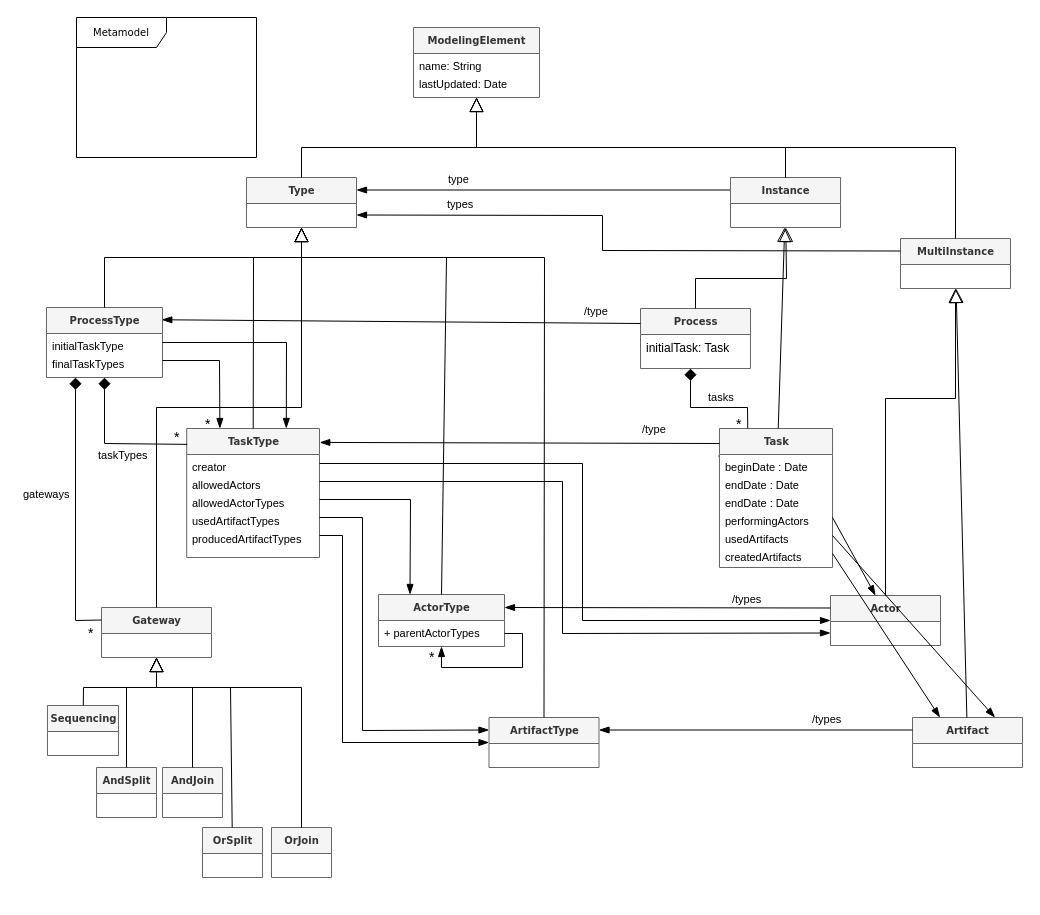
This is Figures/Metamodel.drawio from labsticc-p4s/multi-process-challenge, a draw.io file, before an edit. Source tidied: cells renumbered, new cells numbered last; positions are measured from the earlier drawing's top-left corner, leaving out a move shared by most shapes. Both pictures are drawn from the tidied source at 100%, with x=0, y=0 at pixel (17, 17).
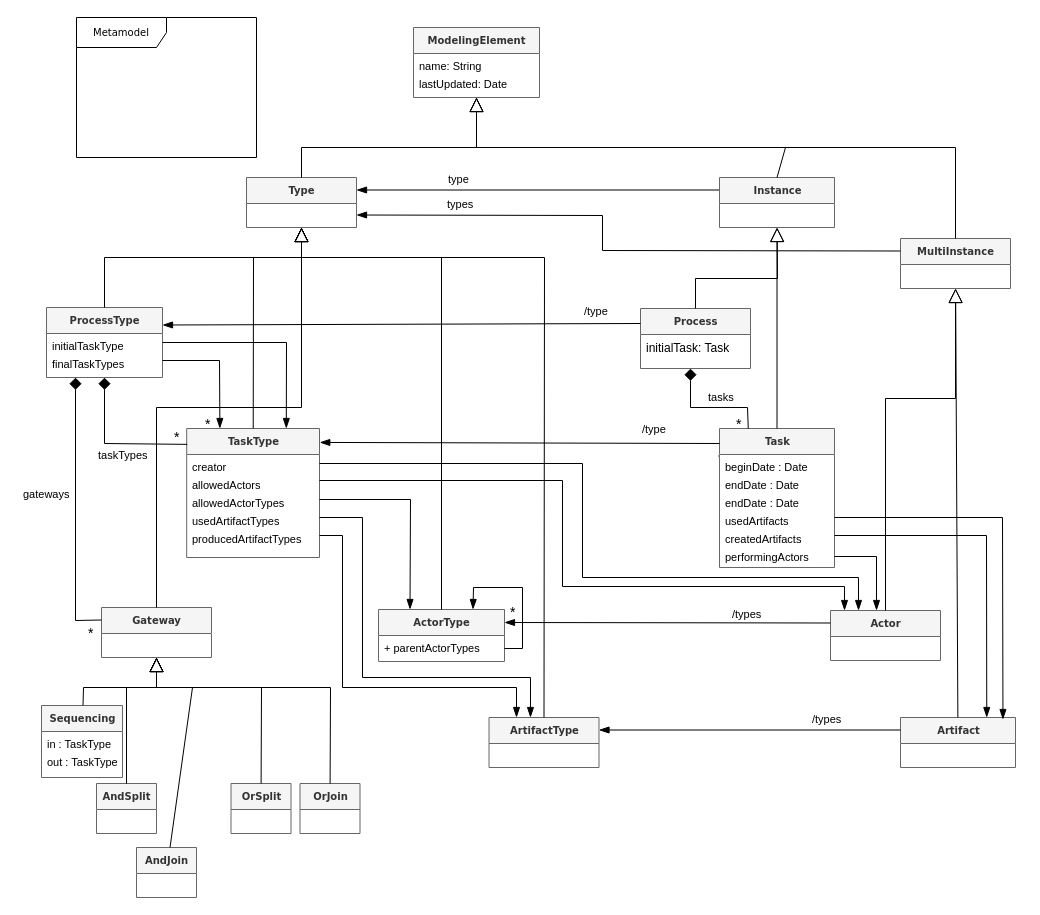
The same diagram, later.

Unchanged cells that the change refers to:
```xml
<mxCell id="11" value="&lt;b&gt;Type&lt;/b&gt;" style="swimlane;html=1;fontStyle=0;horizontal=1;startSize=26;fillColor=#f5f5f5;swimlaneFillColor=#ffffff;rounded=0;shadow=0;comic=0;labelBackgroundColor=none;strokeWidth=1;fontFamily=Verdana;fontSize=10;align=center;strokeColor=#666666;fontColor=#333333;" parent="1" vertex="1">
  <mxGeometry x="229" y="160" width="110" height="50" as="geometry" />
</mxCell>
<mxCell id="21" value="&lt;b&gt;ProcessType&lt;/b&gt;" style="swimlane;html=1;fontStyle=0;horizontal=1;startSize=26;fillColor=#f5f5f5;swimlaneFillColor=#ffffff;rounded=0;shadow=0;comic=0;labelBackgroundColor=none;strokeWidth=1;fontFamily=Verdana;fontSize=10;align=center;strokeColor=#666666;fontColor=#333333;" parent="1" vertex="1">
  <mxGeometry x="29" y="290" width="116" height="70" as="geometry" />
</mxCell>
<mxCell id="26" value="creator" style="text;html=1;strokeColor=none;fillColor=none;align=left;verticalAlign=top;spacingLeft=4;spacingRight=4;whiteSpace=wrap;overflow=hidden;points=[[0,0.5],[1,0.5]];portConstraint=eastwest;fontSize=11;" parent="25" vertex="1">
  <mxGeometry y="26" width="132.8" height="18" as="geometry" />
</mxCell>
<mxCell id="27" value="allowedActors" style="text;html=1;strokeColor=none;fillColor=none;align=left;verticalAlign=top;spacingLeft=4;spacingRight=4;whiteSpace=wrap;overflow=hidden;points=[[0,0.5],[1,0.5]];portConstraint=eastwest;fontSize=11;" parent="25" vertex="1">
  <mxGeometry y="44" width="132.8" height="18" as="geometry" />
</mxCell>
<mxCell id="29" value="usedArtifactTypes" style="text;html=1;strokeColor=none;fillColor=none;align=left;verticalAlign=top;spacingLeft=4;spacingRight=4;whiteSpace=wrap;overflow=hidden;points=[[0,0.5],[1,0.5]];portConstraint=eastwest;fontSize=11;" parent="25" vertex="1">
  <mxGeometry y="80" width="132.8" height="18" as="geometry" />
</mxCell>
<mxCell id="30" value="producedArtifactTypes" style="text;html=1;strokeColor=none;fillColor=none;align=left;verticalAlign=top;spacingLeft=4;spacingRight=4;whiteSpace=wrap;overflow=hidden;points=[[0,0.5],[1,0.5]];portConstraint=eastwest;fontSize=11;" parent="25" vertex="1">
  <mxGeometry y="98" width="132.8" height="18" as="geometry" />
</mxCell>
<mxCell id="32" value="&lt;b&gt;Gateway&lt;/b&gt;" style="swimlane;html=1;fontStyle=0;horizontal=1;startSize=26;fillColor=#f5f5f5;swimlaneFillColor=#ffffff;rounded=0;shadow=0;comic=0;labelBackgroundColor=none;strokeWidth=1;fontFamily=Verdana;fontSize=10;align=center;strokeColor=#666666;fontColor=#333333;" parent="1" vertex="1">
  <mxGeometry x="84" y="590" width="110" height="50" as="geometry" />
</mxCell>
<mxCell id="37" value="&lt;div&gt;&lt;b&gt;ArtifactType&lt;/b&gt;&lt;/div&gt;" style="swimlane;html=1;fontStyle=0;horizontal=1;startSize=26;fillColor=#f5f5f5;swimlaneFillColor=#ffffff;rounded=0;shadow=0;comic=0;labelBackgroundColor=none;strokeWidth=1;fontFamily=Verdana;fontSize=10;align=center;strokeColor=#666666;fontColor=#333333;" parent="1" vertex="1">
  <mxGeometry x="471.5" y="700" width="110" height="50" as="geometry" />
</mxCell>
<mxCell id="43" value="&lt;b&gt;Process&lt;/b&gt;" style="swimlane;html=1;fontStyle=0;horizontal=1;startSize=26;fillColor=#f5f5f5;swimlaneFillColor=#ffffff;rounded=0;shadow=0;comic=0;labelBackgroundColor=none;strokeWidth=1;fontFamily=Verdana;fontSize=10;align=center;strokeColor=#666666;fontColor=#333333;" parent="1" vertex="1">
  <mxGeometry x="623" y="291" width="110" height="60" as="geometry" />
</mxCell>
```

Diff of the diagram source:
```diff
@@
     <mxCell id="5" value="&lt;font style=&quot;font-size: 14px&quot;&gt;*&lt;/font&gt;" style="edgeLabel;html=1;align=left;verticalAlign=bottom;" parent="1" vertex="1">
-      <mxGeometry x="406" y="665" width="126" as="geometry">
+      <mxGeometry x="487" y="620" width="126" as="geometry">
         <mxPoint x="4" y="-15" as="offset" />
       </mxGeometry>
     </mxCell>
@@
     <mxCell id="13" value="&lt;b&gt;Instance&lt;/b&gt;" style="swimlane;html=1;fontStyle=0;horizontal=1;startSize=26;fillColor=#f5f5f5;swimlaneFillColor=#ffffff;rounded=0;shadow=0;comic=0;labelBackgroundColor=none;strokeWidth=1;fontFamily=Verdana;fontSize=10;align=center;strokeColor=#666666;fontColor=#333333;" parent="1" vertex="1">
-      <mxGeometry x="713" y="160" width="110" height="50" as="geometry" />
+      <mxGeometry x="702" y="160" width="115" height="50" as="geometry" />
     </mxCell>
@@
     <mxCell id="35" value="&lt;b&gt;ActorType&lt;/b&gt;" style="swimlane;html=1;fontStyle=0;horizontal=1;startSize=26;fillColor=#f5f5f5;swimlaneFillColor=#ffffff;rounded=0;shadow=0;comic=0;labelBackgroundColor=none;strokeWidth=1;fontFamily=Verdana;fontSize=10;align=center;strokeColor=#666666;fontColor=#333333;" parent="1" vertex="1">
-      <mxGeometry x="361" y="577" width="126" height="52" as="geometry" />
+      <mxGeometry x="361" y="592" width="126" height="52" as="geometry" />
     </mxCell>
@@
     <mxCell id="38" style="endArrow=block;endSize=12;endFill=0;html=1;rounded=0;exitX=0.5;exitY=0;exitDx=0;exitDy=0;" parent="1" edge="1" source="35" target="11">
       <mxGeometry relative="1" as="geometry">
         <Array as="points">
-          <mxPoint x="429" y="240" />
+          <mxPoint x="424" y="240" />
           <mxPoint x="284" y="240" />
         </Array>
       </mxGeometry>
     </mxCell>
@@
-    <mxCell id="45" style="edgeStyle=none;rounded=0;jettySize=auto;html=1;exitX=0;exitY=0.25;exitDx=0;exitDy=0;entryX=0.994;entryY=0.175;entryDx=0;entryDy=0;endArrow=blockThin;endFill=1;endSize=8;entryPerimeter=0;" parent="1" edge="1" source="43" target="21">
+    <mxCell id="45" style="edgeStyle=none;rounded=0;jettySize=auto;html=1;endArrow=blockThin;endFill=1;endSize=8;exitX=0;exitY=0.25;exitDx=0;exitDy=0;entryX=1;entryY=0.25;entryDx=0;entryDy=0;" parent="1" edge="1" source="43" target="21">
       <mxGeometry relative="1" as="geometry" />
     </mxCell>
@@
     <mxCell id="47" value="&lt;b&gt;Task&lt;/b&gt;" style="swimlane;html=1;fontStyle=0;horizontal=1;startSize=26;fillColor=#f5f5f5;swimlaneFillColor=#ffffff;rounded=0;shadow=0;comic=0;labelBackgroundColor=none;strokeWidth=1;fontFamily=Verdana;fontSize=10;align=center;strokeColor=#666666;fontColor=#333333;" parent="1" vertex="1">
-      <mxGeometry x="702" y="411" width="113" height="139" as="geometry" />
+      <mxGeometry x="702" y="411" width="115" height="139" as="geometry" />
     </mxCell>
     <mxCell id="48" value="beginDate : Date" style="text;html=1;strokeColor=none;fillColor=none;align=left;verticalAlign=top;spacingLeft=4;spacingRight=4;whiteSpace=wrap;overflow=hidden;fontSize=11;" parent="47" vertex="1">
-      <mxGeometry y="26" width="113" height="18" as="geometry" />
+      <mxGeometry y="26" width="115" height="18" as="geometry" />
     </mxCell>
     <mxCell id="49" value="endDate : Date" style="text;html=1;strokeColor=none;fillColor=none;align=left;verticalAlign=top;spacingLeft=4;spacingRight=4;whiteSpace=wrap;overflow=hidden;fontSize=11;" parent="47" vertex="1">
-      <mxGeometry y="44" width="113" height="18" as="geometry" />
+      <mxGeometry y="44" width="115" height="18" as="geometry" />
     </mxCell>
     <mxCell id="50" value="endDate : Date" style="text;html=1;strokeColor=none;fillColor=none;align=left;verticalAlign=top;spacingLeft=4;spacingRight=4;whiteSpace=wrap;overflow=hidden;fontSize=11;" parent="47" vertex="1">
-      <mxGeometry y="62" width="113" height="18" as="geometry" />
+      <mxGeometry y="62" width="115" height="18" as="geometry" />
     </mxCell>
-    <mxCell id="51" value="performingActors" style="text;html=1;strokeColor=none;fillColor=none;align=left;verticalAlign=top;spacingLeft=4;spacingRight=4;whiteSpace=wrap;overflow=hidden;points=[[0,0.5],[1,0.5]];portConstraint=eastwest;fontSize=11;" parent="47" vertex="1">
-      <mxGeometry y="80" width="113" height="18" as="geometry" />
-    </mxCell>
     <mxCell id="52" value="usedArtifacts" style="text;html=1;strokeColor=none;fillColor=none;align=left;verticalAlign=top;spacingLeft=4;spacingRight=4;whiteSpace=wrap;overflow=hidden;points=[[0,0.5],[1,0.5]];portConstraint=eastwest;fontSize=11;" parent="47" vertex="1">
-      <mxGeometry y="98" width="113" height="18" as="geometry" />
+      <mxGeometry y="80" width="115" height="18" as="geometry" />
     </mxCell>
     <mxCell id="53" value="createdArtifacts" style="text;html=1;strokeColor=none;fillColor=none;align=left;verticalAlign=top;spacingLeft=4;spacingRight=4;whiteSpace=wrap;overflow=hidden;points=[[0,0.5],[1,0.5]];portConstraint=eastwest;fontSize=11;" parent="47" vertex="1">
-      <mxGeometry y="116" width="113" height="18" as="geometry" />
+      <mxGeometry y="98" width="115" height="18" as="geometry" />
     </mxCell>
+    <mxCell id="51" value="performingActors" style="text;html=1;strokeColor=none;fillColor=none;align=left;verticalAlign=top;spacingLeft=4;spacingRight=4;whiteSpace=wrap;overflow=hidden;points=[[0,0.5],[1,0.5]];portConstraint=eastwest;fontSize=11;" parent="47" vertex="1">
+      <mxGeometry y="116" width="115" height="18" as="geometry" />
+    </mxCell>
@@
     <mxCell id="58" value="&lt;b&gt;Actor&lt;/b&gt;" style="swimlane;html=1;fontStyle=0;horizontal=1;startSize=26;fillColor=#f5f5f5;swimlaneFillColor=#ffffff;rounded=0;shadow=0;comic=0;labelBackgroundColor=none;strokeWidth=1;fontFamily=Verdana;fontSize=10;align=center;strokeColor=#666666;fontColor=#333333;" parent="1" vertex="1">
-      <mxGeometry x="813" y="578" width="110" height="50" as="geometry" />
+      <mxGeometry x="813" y="593" width="110" height="50" as="geometry" />
     </mxCell>
@@
     <mxCell id="60" value="/types" style="edgeLabel;html=1;align=left;verticalAlign=bottom;" parent="1" vertex="1">
-      <mxGeometry x="713" y="590" as="geometry" />
+      <mxGeometry x="713" y="605" as="geometry" />
     </mxCell>
     <mxCell id="61" value="&lt;b&gt;Artifact&lt;/b&gt;" style="swimlane;html=1;fontStyle=0;horizontal=1;startSize=26;fillColor=#f5f5f5;swimlaneFillColor=#ffffff;rounded=0;shadow=0;comic=0;labelBackgroundColor=none;strokeWidth=1;fontFamily=Verdana;fontSize=10;align=center;strokeColor=#666666;fontColor=#333333;" parent="1" vertex="1">
-      <mxGeometry x="895" y="700" width="110" height="50" as="geometry" />
+      <mxGeometry x="883" y="700" width="115" height="50" as="geometry" />
     </mxCell>
@@
     <mxCell id="64" style="endArrow=block;endSize=12;endFill=0;html=1;rounded=0;exitX=0.5;exitY=0;exitDx=0;exitDy=0;" parent="1" edge="1" source="43" target="13">
       <mxGeometry relative="1" as="geometry">
         <Array as="points">
           <mxPoint x="678" y="261" />
-          <mxPoint x="769" y="261" />
+          <mxPoint x="760" y="261" />
         </Array>
       </mxGeometry>
     </mxCell>
@@
     <mxCell id="68" value="&lt;b&gt;Sequencing&lt;/b&gt;" style="swimlane;html=1;fontStyle=0;horizontal=1;startSize=26;fillColor=#f5f5f5;swimlaneFillColor=#ffffff;rounded=0;shadow=0;comic=0;labelBackgroundColor=none;strokeWidth=1;fontFamily=Verdana;fontSize=10;align=center;strokeColor=#666666;fontColor=#333333;" parent="1" vertex="1">
-      <mxGeometry x="30" y="688" width="71" height="50" as="geometry" />
+      <mxGeometry x="24" y="688" width="81" height="72" as="geometry" />
     </mxCell>
+    <mxCell id="90" value="in : TaskType" style="text;html=1;strokeColor=none;fillColor=none;align=left;verticalAlign=top;spacingLeft=4;spacingRight=4;whiteSpace=wrap;overflow=hidden;fontSize=11;" parent="68" vertex="1">
+      <mxGeometry y="26" width="81" height="18" as="geometry" />
+    </mxCell>
+    <mxCell id="91" value="out : TaskType" style="text;html=1;strokeColor=none;fillColor=none;align=left;verticalAlign=top;spacingLeft=4;spacingRight=4;whiteSpace=wrap;overflow=hidden;fontSize=11;" parent="68" vertex="1">
+      <mxGeometry y="44" width="81" height="18" as="geometry" />
+    </mxCell>
     <mxCell id="69" value="&lt;b&gt;AndSplit&lt;/b&gt;" style="swimlane;html=1;fontStyle=0;horizontal=1;startSize=26;fillColor=#f5f5f5;swimlaneFillColor=#ffffff;rounded=0;shadow=0;comic=0;labelBackgroundColor=none;strokeWidth=1;fontFamily=Verdana;fontSize=10;align=center;strokeColor=#666666;fontColor=#333333;" parent="1" vertex="1">
-      <mxGeometry x="79" y="750" width="60" height="50" as="geometry" />
+      <mxGeometry x="79" y="766" width="60" height="50" as="geometry" />
     </mxCell>
     <mxCell id="70" value="&lt;b&gt;OrSplit&lt;/b&gt;" style="swimlane;html=1;fontStyle=0;horizontal=1;startSize=26;fillColor=#f5f5f5;swimlaneFillColor=#ffffff;rounded=0;shadow=0;comic=0;labelBackgroundColor=none;strokeWidth=1;fontFamily=Verdana;fontSize=10;align=center;strokeColor=#666666;fontColor=#333333;" parent="1" vertex="1">
-      <mxGeometry x="185" y="810" width="60" height="50" as="geometry" />
+      <mxGeometry x="213.5" y="766" width="60" height="50" as="geometry" />
     </mxCell>
     <mxCell id="71" value="&lt;b&gt;AndJoin&lt;/b&gt;" style="swimlane;html=1;fontStyle=0;horizontal=1;startSize=26;fillColor=#f5f5f5;swimlaneFillColor=#ffffff;rounded=0;shadow=0;comic=0;labelBackgroundColor=none;strokeWidth=1;fontFamily=Verdana;fontSize=10;align=center;strokeColor=#666666;fontColor=#333333;" parent="1" vertex="1">
-      <mxGeometry x="145" y="750" width="60" height="50" as="geometry" />
+      <mxGeometry x="119" y="830" width="60" height="50" as="geometry" />
     </mxCell>
     <mxCell id="72" value="&lt;b&gt;OrJoin&lt;/b&gt;" style="swimlane;html=1;fontStyle=0;horizontal=1;startSize=26;fillColor=#f5f5f5;swimlaneFillColor=#ffffff;rounded=0;shadow=0;comic=0;labelBackgroundColor=none;strokeWidth=1;fontFamily=Verdana;fontSize=10;align=center;strokeColor=#666666;fontColor=#333333;" parent="1" vertex="1">
-      <mxGeometry x="254" y="810" width="60" height="50" as="geometry" />
+      <mxGeometry x="282.5" y="766" width="60" height="50" as="geometry" />
     </mxCell>
@@
     <mxCell id="75" style="endArrow=block;endSize=12;endFill=0;html=1;rounded=0;" parent="1" edge="1" source="70" target="32">
       <mxGeometry relative="1" as="geometry">
         <Array as="points">
-          <mxPoint x="213" y="670" />
+          <mxPoint x="244" y="670" />
           <mxPoint x="139" y="670" />
         </Array>
       </mxGeometry>
     </mxCell>
@@
     <mxCell id="77" style="endArrow=block;endSize=12;endFill=0;html=1;rounded=0;" parent="1" edge="1" source="72" target="32">
       <mxGeometry relative="1" as="geometry">
         <Array as="points">
-          <mxPoint x="284" y="670" />
+          <mxPoint x="313" y="670" />
           <mxPoint x="139" y="670" />
         </Array>
       </mxGeometry>
     </mxCell>
-    <mxCell id="78" style="edgeStyle=none;rounded=0;jettySize=auto;html=1;exitX=1;exitY=0.5;exitDx=0;exitDy=0;endArrow=blockThin;endFill=1;endSize=8;entryX=0;entryY=0.5;entryDx=0;entryDy=0;" parent="1" edge="1" source="26" target="58">
+    <mxCell id="78" style="edgeStyle=none;rounded=0;jettySize=auto;html=1;exitX=1;exitY=0.5;exitDx=0;exitDy=0;endArrow=blockThin;endFill=1;endSize=8;" parent="1" edge="1" source="26">
       <mxGeometry relative="1" as="geometry">
+        <mxPoint x="841" y="593" as="targetPoint" />
         <Array as="points">
           <mxPoint x="565" y="446" />
-          <mxPoint x="565" y="603" />
+          <mxPoint x="565" y="560" />
+          <mxPoint x="841" y="560" />
         </Array>
       </mxGeometry>
     </mxCell>
@@
-    <mxCell id="83" style="edgeStyle=none;rounded=0;jettySize=auto;html=1;exitX=1;exitY=0.5;exitDx=0;exitDy=0;endArrow=blockThin;endFill=1;endSize=8;entryX=0;entryY=0.75;entryDx=0;entryDy=0;" parent="1" edge="1" source="27" target="58">
+    <mxCell id="83" style="edgeStyle=none;rounded=0;orthogonalLoop=1;jettySize=auto;html=1;exitX=1;exitY=0.5;exitDx=0;exitDy=0;endArrow=blockThin;endFill=1;endSize=8;entryX=0.127;entryY=0.02;entryDx=0;entryDy=0;entryPerimeter=0;" parent="1" edge="1">
       <mxGeometry relative="1" as="geometry">
+        <mxPoint x="302" y="463" as="sourcePoint" />
+        <mxPoint x="827" y="593" as="targetPoint" />
         <Array as="points">
-          <mxPoint x="545" y="464" />
-          <mxPoint x="545" y="616" />
+          <mxPoint x="545" y="463" />
+          <mxPoint x="545" y="569" />
+          <mxPoint x="827" y="569" />
         </Array>
       </mxGeometry>
     </mxCell>
-    <mxCell id="84" style="edgeStyle=none;rounded=0;jettySize=auto;html=1;exitX=1;exitY=0.5;exitDx=0;exitDy=0;endArrow=blockThin;endFill=1;endSize=8;entryX=0;entryY=0.5;entryDx=0;entryDy=0;" parent="1" edge="1" source="30" target="37">
+    <mxCell id="84" style="edgeStyle=none;rounded=0;jettySize=auto;html=1;exitX=1;exitY=0.5;exitDx=0;exitDy=0;endArrow=blockThin;endFill=1;endSize=8;entryX=0.25;entryY=0;entryDx=0;entryDy=0;" parent="1" edge="1" source="30" target="37">
       <mxGeometry relative="1" as="geometry">
         <Array as="points">
           <mxPoint x="325" y="518" />
-          <mxPoint x="325" y="725" />
+          <mxPoint x="325" y="670" />
+          <mxPoint x="499" y="670" />
         </Array>
       </mxGeometry>
     </mxCell>
-    <mxCell id="85" style="edgeStyle=none;rounded=0;jettySize=auto;html=1;exitX=1;exitY=0.5;exitDx=0;exitDy=0;endArrow=blockThin;endFill=1;endSize=8;entryX=0;entryY=0.25;entryDx=0;entryDy=0;" parent="1" edge="1" source="29" target="37">
+    <mxCell id="85" style="edgeStyle=none;rounded=0;jettySize=auto;html=1;exitX=1;exitY=0.5;exitDx=0;exitDy=0;endArrow=blockThin;endFill=1;endSize=8;entryX=0.377;entryY=0;entryDx=0;entryDy=0;entryPerimeter=0;" parent="1" edge="1" source="29" target="37">
       <mxGeometry relative="1" as="geometry">
         <Array as="points">
           <mxPoint x="345" y="500" />
-          <mxPoint x="345" y="713" />
+          <mxPoint x="345" y="660" />
+          <mxPoint x="513" y="660" />
         </Array>
       </mxGeometry>
     </mxCell>
-    <mxCell id="86" style="edgeStyle=none;rounded=0;jettySize=auto;html=1;exitX=1;exitY=0.5;exitDx=0;exitDy=0;endArrow=blockThin;endFill=1;endSize=8;entryX=0.409;entryY=0;entryDx=0;entryDy=0;entryPerimeter=0;" parent="1" edge="1" source="51" target="58">
-      <mxGeometry relative="1" as="geometry" />
+    <mxCell id="86" style="edgeStyle=none;rounded=0;orthogonalLoop=1;jettySize=auto;html=1;exitX=1;exitY=0.5;exitDx=0;exitDy=0;endArrow=blockThin;endFill=1;endSize=8;" parent="1" edge="1">
+      <mxGeometry relative="1" as="geometry">
+        <mxPoint x="817" y="539" as="sourcePoint" />
+        <mxPoint x="859" y="593" as="targetPoint" />
+        <Array as="points">
+          <mxPoint x="859" y="539" />
+        </Array>
+      </mxGeometry>
     </mxCell>
-    <mxCell id="87" style="edgeStyle=none;rounded=0;jettySize=auto;html=1;exitX=1;exitY=0.5;exitDx=0;exitDy=0;endArrow=blockThin;endFill=1;endSize=8;entryX=0.75;entryY=0;entryDx=0;entryDy=0;" parent="1" edge="1" source="52" target="61">
-      <mxGeometry relative="1" as="geometry" />
+    <mxCell id="87" style="edgeStyle=none;rounded=0;jettySize=auto;html=1;exitX=1;exitY=0.5;exitDx=0;exitDy=0;endArrow=blockThin;endFill=1;endSize=8;entryX=0.891;entryY=0.04;entryDx=0;entryDy=0;entryPerimeter=0;" parent="1" edge="1" source="52" target="61">
+      <mxGeometry relative="1" as="geometry">
+        <Array as="points">
+          <mxPoint x="985" y="500" />
+        </Array>
+      </mxGeometry>
     </mxCell>
-    <mxCell id="88" style="edgeStyle=none;rounded=0;jettySize=auto;html=1;exitX=1;exitY=0.5;exitDx=0;exitDy=0;endArrow=blockThin;endFill=1;endSize=8;entryX=0.25;entryY=0;entryDx=0;entryDy=0;" parent="1" edge="1" source="53" target="61">
-      <mxGeometry relative="1" as="geometry" />
+    <mxCell id="88" style="edgeStyle=none;rounded=0;jettySize=auto;html=1;exitX=1;exitY=0.5;exitDx=0;exitDy=0;endArrow=blockThin;endFill=1;endSize=8;entryX=0.75;entryY=0;entryDx=0;entryDy=0;" parent="1" edge="1" source="53" target="61">
+      <mxGeometry relative="1" as="geometry">
+        <Array as="points">
+          <mxPoint x="969" y="518" />
+        </Array>
+      </mxGeometry>
     </mxCell>
-    <mxCell id="89" style="edgeStyle=none;rounded=0;orthogonalLoop=1;jettySize=auto;html=1;endArrow=blockThin;endFill=1;endSize=8;exitX=1;exitY=0.75;exitDx=0;exitDy=0;entryX=0.5;entryY=1;entryDx=0;entryDy=0;" parent="1" edge="1" source="35" target="35">
+    <mxCell id="89" style="edgeStyle=none;rounded=0;orthogonalLoop=1;jettySize=auto;html=1;endArrow=blockThin;endFill=1;endSize=8;exitX=1;exitY=0.75;exitDx=0;exitDy=0;entryX=0.75;entryY=0;entryDx=0;entryDy=0;" parent="1" edge="1" source="35" target="35">
       <mxGeometry relative="1" as="geometry">
         <Array as="points">
-          <mxPoint x="505" y="616" />
-          <mxPoint x="505" y="650" />
-          <mxPoint x="424" y="650" />
+          <mxPoint x="505" y="631" />
+          <mxPoint x="505" y="570" />
+          <mxPoint x="456" y="570" />
         </Array>
       </mxGeometry>
     </mxCell>
```
